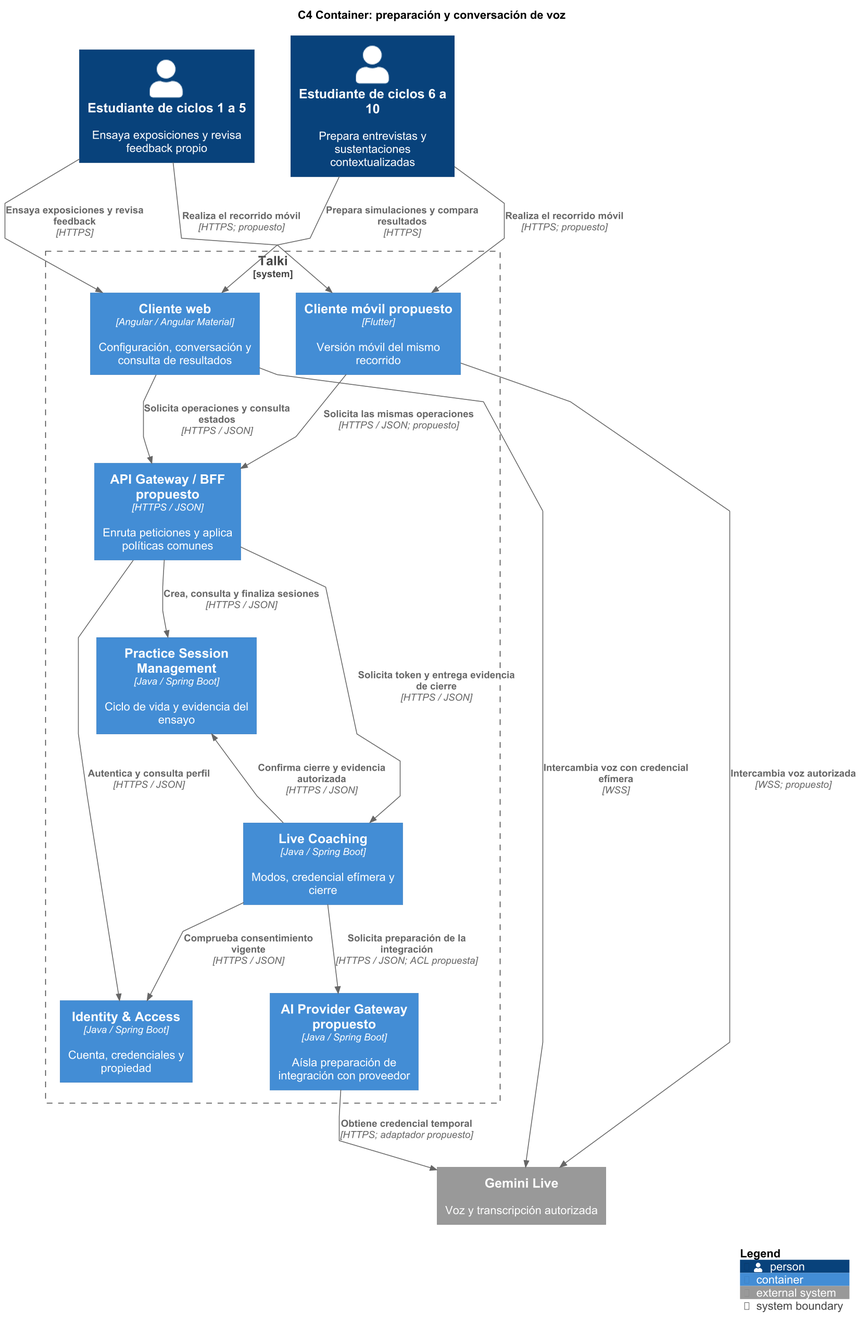
Earlier version of the PlantUML export assets/diagrams/c4/containers-live.png (upc-pre-202620-si728-16365-thropic/talki-project-report).
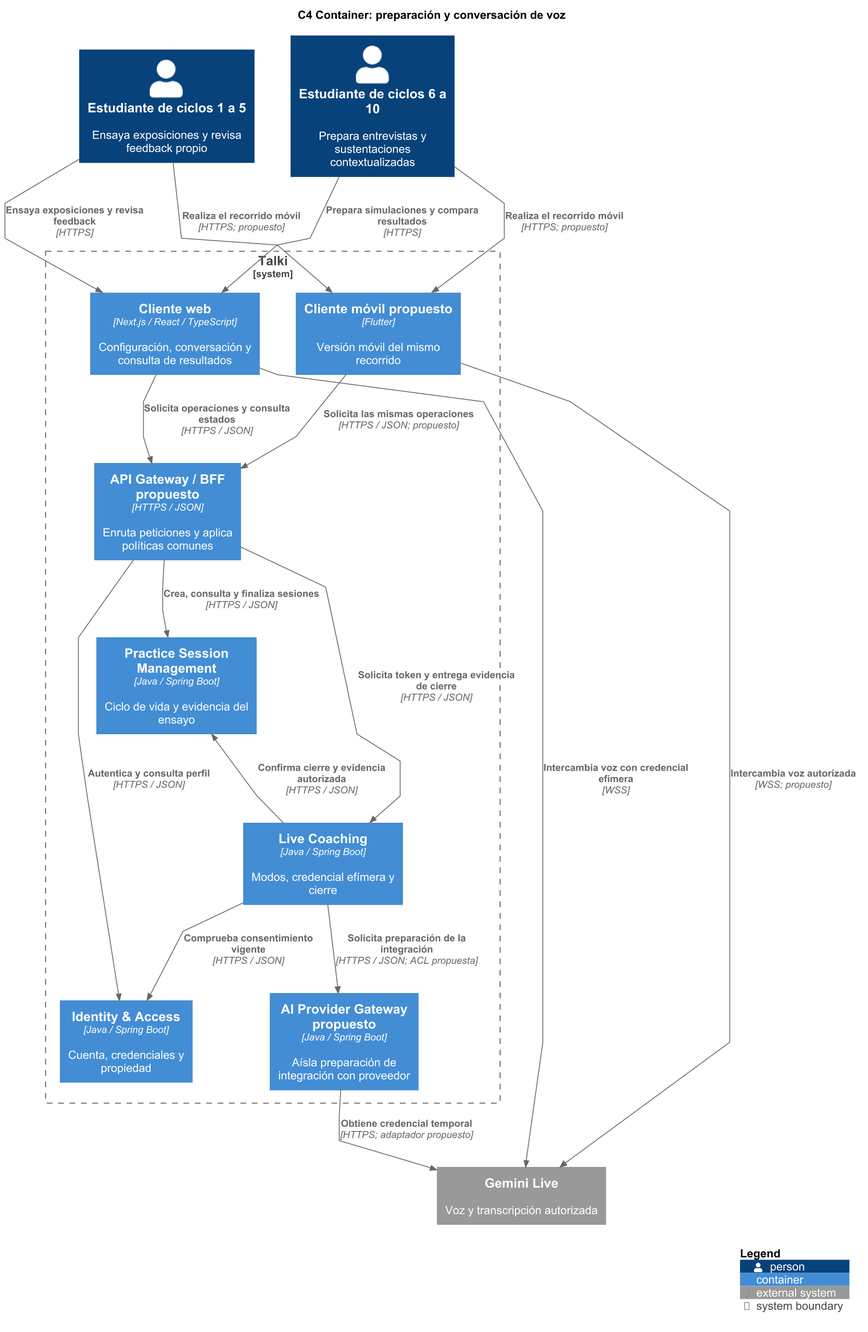
Later version of the same file.

Change to the diagram source:
```diff
@@ -12,7 +12,7 @@
 Person(advanced, "Estudiante de ciclos 6 a 10", "Prepara entrevistas y sustentaciones contextualizadas")
 System_Ext(gemini, "Gemini Live", "Voz y transcripción autorizada")
 System_Boundary(talki, "Talki") {
-Container(web, "Cliente web", "Angular / Angular Material", "Configuración, conversación y consulta de resultados")
+Container(web, "Cliente web", "Next.js / React / TypeScript", "Configuración, conversación y consulta de resultados")
 Container(mobile, "Cliente móvil propuesto", "Flutter", "Versión móvil del mismo recorrido")
 Container(gateway, "API Gateway / BFF propuesto", "HTTPS / JSON", "Enruta peticiones y aplica políticas comunes")
 Container(identity, "Identity & Access", "Java / Spring Boot", "Cuenta, credenciales y propiedad")
```
